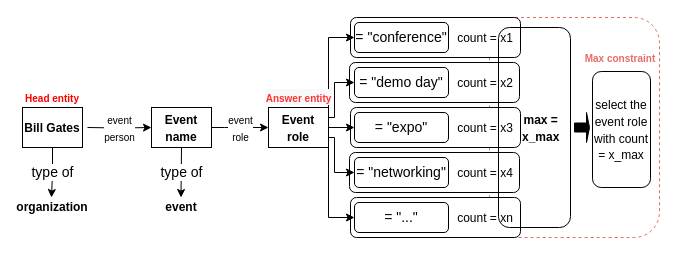
This is copy_max_constraint.drawio from SilvesterYu/FinQA_Vis, a draw.io file, before an edit. Source tidied: cells renumbered, new cells numbered last; positions are measured from the earlier drawing's top-left corner, leaving out a move shared by most shapes. Both pictures are drawn from the tidied source at 100%, with x=0, y=0 at pixel (22, 17).
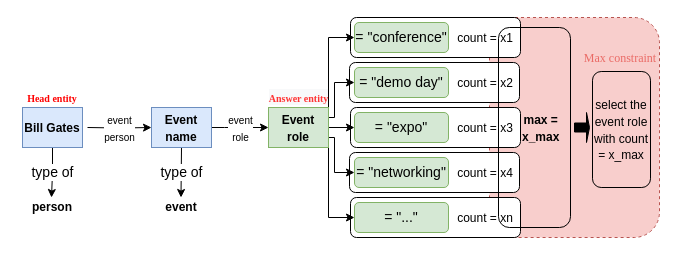
The same diagram, later.

What changed in the source:
```diff
@@
-    <mxCell id="2" style="rounded=1;whiteSpace=wrap;html=1;fontFamily=Helvetica;fontSize=10;dashed=1;strokeColor=#EA6B66;" parent="1" vertex="1">
+    <mxCell id="2" style="rounded=1;whiteSpace=wrap;html=1;fontFamily=Helvetica;fontSize=10;dashed=1;strokeColor=#b85450;fillColor=#f8cecc;" parent="1" vertex="1">
       <mxGeometry x="467" width="170" height="220" as="geometry" />
     </mxCell>
@@
-    <mxCell id="12" value="&lt;b&gt;&lt;font style=&quot;font-size: 12px;&quot;&gt;Event&lt;br&gt;name&lt;/font&gt;&lt;/b&gt;" style="rounded=0;whiteSpace=wrap;html=1;fontSize=14;fontColor=#000000;" parent="1" vertex="1">
+    <mxCell id="12" value="&lt;b&gt;&lt;font style=&quot;font-size: 12px;&quot;&gt;Event&lt;br&gt;name&lt;/font&gt;&lt;/b&gt;" style="rounded=0;whiteSpace=wrap;html=1;fontSize=14;fillColor=#dae8fc;strokeColor=#6c8ebf;" parent="1" vertex="1">
       <mxGeometry x="129" y="90" width="60" height="40" as="geometry" />
     </mxCell>
@@
-    <mxCell id="18" value="&lt;b&gt;&lt;font style=&quot;font-size: 12px;&quot;&gt;Event&lt;br&gt;role&lt;/font&gt;&lt;/b&gt;" style="rounded=0;whiteSpace=wrap;html=1;fontSize=14;fontColor=#000000;" parent="1" vertex="1">
+    <mxCell id="18" value="&lt;b&gt;&lt;font style=&quot;font-size: 12px;&quot;&gt;Event&lt;br&gt;role&lt;/font&gt;&lt;/b&gt;" style="rounded=0;whiteSpace=wrap;html=1;fontSize=14;fillColor=#d5e8d4;strokeColor=#82b366;" parent="1" vertex="1">
       <mxGeometry x="246" y="90" width="60" height="40" as="geometry" />
     </mxCell>
-    <mxCell id="19" value="= &quot;conference&quot;" style="rounded=1;whiteSpace=wrap;html=1;fontSize=14;fontColor=#000000;" parent="1" vertex="1">
+    <mxCell id="19" value="= &quot;conference&quot;" style="rounded=1;whiteSpace=wrap;html=1;fontSize=14;fillColor=#d5e8d4;strokeColor=#82b366;" parent="1" vertex="1">
       <mxGeometry x="332" y="5" width="94" height="30" as="geometry" />
     </mxCell>
-    <mxCell id="20" value="= &quot;demo day&quot;" style="rounded=1;whiteSpace=wrap;html=1;fontSize=14;fontColor=#000000;" parent="1" vertex="1">
+    <mxCell id="20" value="= &quot;demo day&quot;" style="rounded=1;whiteSpace=wrap;html=1;fontSize=14;fillColor=#d5e8d4;strokeColor=#82b366;" parent="1" vertex="1">
       <mxGeometry x="332" y="50" width="94" height="30" as="geometry" />
     </mxCell>
-    <mxCell id="21" value="= &quot;expo&quot;" style="rounded=1;whiteSpace=wrap;html=1;fontSize=14;fontColor=#000000;" parent="1" vertex="1">
+    <mxCell id="21" value="= &quot;expo&quot;" style="rounded=1;whiteSpace=wrap;html=1;fontSize=14;fillColor=#d5e8d4;strokeColor=#82b366;" parent="1" vertex="1">
       <mxGeometry x="332" y="95" width="94" height="30" as="geometry" />
     </mxCell>
-    <mxCell id="22" value="= &quot;networking&quot;" style="rounded=1;whiteSpace=wrap;html=1;fontSize=14;fontColor=#000000;" parent="1" vertex="1">
+    <mxCell id="22" value="= &quot;networking&quot;" style="rounded=1;whiteSpace=wrap;html=1;fontSize=14;fillColor=#d5e8d4;strokeColor=#82b366;" parent="1" vertex="1">
       <mxGeometry x="332" y="140" width="94" height="30" as="geometry" />
     </mxCell>
-    <mxCell id="23" value="= &quot;...&quot;" style="rounded=1;whiteSpace=wrap;html=1;fontSize=14;fontColor=#000000;" parent="1" vertex="1">
+    <mxCell id="23" value="= &quot;...&quot;" style="rounded=1;whiteSpace=wrap;html=1;fontSize=14;fillColor=#d5e8d4;strokeColor=#82b366;" parent="1" vertex="1">
       <mxGeometry x="332" y="185" width="94" height="30" as="geometry" />
     </mxCell>
@@
-    <mxCell id="32" value="&lt;font color=&quot;#ff0000&quot; style=&quot;font-size: 10px;&quot;&gt;&lt;b style=&quot;&quot;&gt;Head entity&lt;/b&gt;&lt;/font&gt;" style="text;html=1;strokeColor=none;fillColor=none;align=center;verticalAlign=middle;whiteSpace=wrap;rounded=0;fontSize=14;fontColor=#000000;" parent="1" vertex="1">
+    <mxCell id="32" value="&lt;font face=&quot;Times New Roman&quot; color=&quot;#ff0000&quot; style=&quot;font-size: 10px;&quot;&gt;&lt;b style=&quot;&quot;&gt;Head entity&lt;/b&gt;&lt;/font&gt;" style="text;html=1;strokeColor=none;fillColor=none;align=center;verticalAlign=middle;whiteSpace=wrap;rounded=0;fontSize=14;fontColor=#000000;" parent="1" vertex="1">
       <mxGeometry y="65" width="60" height="30" as="geometry" />
     </mxCell>
-    <mxCell id="33" value="&lt;span style=&quot;font-style: normal; font-variant-ligatures: normal; font-variant-caps: normal; letter-spacing: normal; orphans: 2; text-align: center; text-indent: 0px; text-transform: none; widows: 2; word-spacing: 0px; -webkit-text-stroke-width: 0px; background-color: rgb(248, 249, 250); text-decoration-thickness: initial; text-decoration-style: initial; text-decoration-color: initial; float: none; display: inline !important;&quot;&gt;&lt;font color=&quot;#ff3333&quot; style=&quot;font-size: 10px;&quot;&gt;&lt;b style=&quot;&quot;&gt;Answer entity&lt;/b&gt;&lt;/font&gt;&lt;/span&gt;" style="text;html=1;strokeColor=none;fillColor=none;align=center;verticalAlign=middle;whiteSpace=wrap;rounded=0;fontSize=14;fontColor=#000000;" parent="1" vertex="1">
+    <mxCell id="33" value="&lt;span style=&quot;font-style: normal; font-variant-ligatures: normal; font-variant-caps: normal; letter-spacing: normal; orphans: 2; text-align: center; text-indent: 0px; text-transform: none; widows: 2; word-spacing: 0px; -webkit-text-stroke-width: 0px; background-color: rgb(248, 249, 250); text-decoration-thickness: initial; text-decoration-style: initial; text-decoration-color: initial; float: none; display: inline !important;&quot;&gt;&lt;font face=&quot;Times New Roman&quot; color=&quot;#ff3333&quot; style=&quot;font-size: 10px;&quot;&gt;&lt;b style=&quot;&quot;&gt;Answer entity&lt;/b&gt;&lt;/font&gt;&lt;/span&gt;" style="text;html=1;strokeColor=none;fillColor=none;align=center;verticalAlign=middle;whiteSpace=wrap;rounded=0;fontSize=14;fontColor=#000000;" parent="1" vertex="1">
       <mxGeometry x="240.5" y="65" width="71" height="30" as="geometry" />
     </mxCell>
-    <mxCell id="34" value="&lt;font style=&quot;font-size: 10px;&quot; color=&quot;#ea6b66&quot;&gt;&lt;b&gt;Max constraint&lt;/b&gt;&lt;/font&gt;" style="text;html=1;strokeColor=none;fillColor=none;align=center;verticalAlign=middle;whiteSpace=wrap;rounded=0;fontSize=14;fontColor=#3399FF;" parent="1" vertex="1">
+    <mxCell id="34" value="&lt;font face=&quot;Times New Roman&quot; style=&quot;font-size: 12px;&quot; color=&quot;#ea6b66&quot;&gt;Max constraint&lt;/font&gt;" style="text;html=1;strokeColor=none;fillColor=none;align=center;verticalAlign=middle;whiteSpace=wrap;rounded=0;fontSize=14;fontColor=#3399FF;" parent="1" vertex="1">
       <mxGeometry x="548" width="100" height="80" as="geometry" />
     </mxCell>
-    <mxCell id="35" value="&lt;font style=&quot;font-size: 12px;&quot; color=&quot;#000000&quot;&gt;&lt;b style=&quot;&quot;&gt;organization&lt;/b&gt;&lt;/font&gt;" style="text;html=1;strokeColor=none;fillColor=none;align=center;verticalAlign=middle;whiteSpace=wrap;rounded=0;fontSize=12;fontColor=#EA6B66;" parent="1" vertex="1">
+    <mxCell id="35" value="&lt;font style=&quot;font-size: 12px;&quot; color=&quot;#000000&quot;&gt;&lt;b style=&quot;&quot;&gt;person&lt;/b&gt;&lt;/font&gt;" style="text;html=1;strokeColor=none;fillColor=none;align=center;verticalAlign=middle;whiteSpace=wrap;rounded=0;fontSize=12;fontColor=#EA6B66;" parent="1" vertex="1">
       <mxGeometry y="175" width="60" height="30" as="geometry" />
     </mxCell>
@@
-    <mxCell id="37" value="&lt;b&gt;&lt;font style=&quot;font-size: 12px;&quot;&gt;Bill Gates&lt;br&gt;&lt;/font&gt;&lt;/b&gt;" style="rounded=0;whiteSpace=wrap;html=1;fontSize=14;fontColor=#000000;" parent="1" vertex="1">
+    <mxCell id="37" value="&lt;b&gt;&lt;font style=&quot;font-size: 12px;&quot;&gt;Bill Gates&lt;br&gt;&lt;/font&gt;&lt;/b&gt;" style="rounded=0;whiteSpace=wrap;html=1;fontSize=14;fillColor=#dae8fc;strokeColor=#6c8ebf;" parent="1" vertex="1">
       <mxGeometry y="90" width="60" height="40" as="geometry" />
     </mxCell>
```
